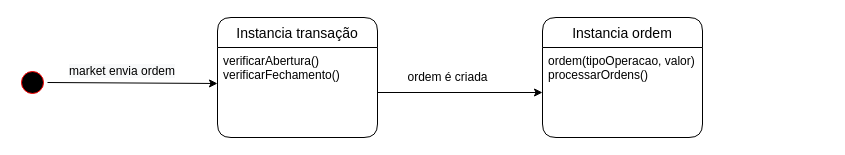
Before: DE/DEOrdem.drawio in brunoorlandin/StockFEI-DealBroker, a draw.io diagram. Source tidied: cells renumbered, new cells numbered last; positions are measured from the earlier drawing's top-left corner, leaving out a move shared by most shapes. Both pictures are drawn from the tidied source at 100%, with x=0, y=0 at pixel (17, 17).
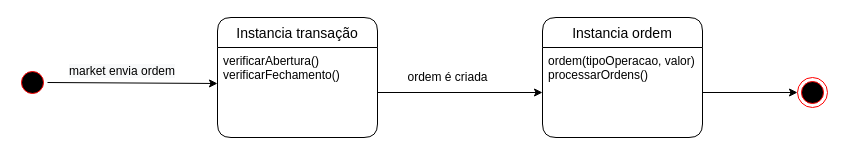
Above is the later version.

Commit message (it also covers changes not shown here):
ajuste DEOrdem

The edit, as a diff of the source:
```diff
@@
 <mxGraphModel>
   <root>
     <mxCell id="0" />
     <mxCell id="1" parent="0" />
     <mxCell id="2" style="ellipse;html=1;shape=startState;fillColor=#000000;strokeColor=#ff0000;" parent="1" vertex="1">
       <mxGeometry y="50" width="30" height="30" as="geometry" />
     </mxCell>
     <mxCell id="3" value="Instancia transação" style="swimlane;horizontal=1;startSize=30;rounded=1;fontSize=14;fontStyle=0;strokeWidth=1;shadow=0;dashed=0;align=center;fillColor=default;" parent="1" vertex="1">
       <mxGeometry x="200" width="160" height="120" as="geometry" />
     </mxCell>
     <mxCell id="4" value="verificarAbertura()&#10;verificarFechamento()" style="align=left;strokeColor=none;fillColor=none;spacingLeft=4;fontSize=12;verticalAlign=top;" parent="3" vertex="1">
       <mxGeometry y="30" width="160" height="90" as="geometry" />
     </mxCell>
     <mxCell id="5" value="Instancia ordem" style="swimlane;horizontal=1;startSize=30;rounded=1;fontSize=14;fontStyle=0;strokeWidth=1;shadow=0;dashed=0;align=center;fillColor=default;" parent="1" vertex="1">
       <mxGeometry x="525" width="160" height="120" as="geometry" />
     </mxCell>
     <mxCell id="6" value="ordem(tipoOperacao, valor)&#10;processarOrdens()" style="align=left;strokeColor=none;fillColor=none;spacingLeft=4;fontSize=12;verticalAlign=top;" parent="5" vertex="1">
       <mxGeometry y="30" width="160" height="90" as="geometry" />
     </mxCell>
     <mxCell id="7" style="edgeStyle=orthogonalEdgeStyle;rounded=0;jettySize=auto;html=1;entryX=0;entryY=0.5;entryDx=0;entryDy=0;exitX=1;exitY=0.5;exitDx=0;exitDy=0;" parent="1" edge="1" source="4" target="6">
       <mxGeometry relative="1" as="geometry" />
     </mxCell>
     <mxCell id="8" value="ordem é criada" style="text;html=1;align=center;verticalAlign=middle;strokeColor=none;fillColor=none;" parent="1" vertex="1">
       <mxGeometry x="380" y="50" width="100" height="20" as="geometry" />
     </mxCell>
     <mxCell id="9" style="endArrow=classic;html=1;rounded=0;exitX=1;exitY=0.5;exitDx=0;exitDy=0;entryX=0;entryY=0.4;entryDx=0;entryDy=0;entryPerimeter=0;" parent="1" edge="1" source="2" target="4">
       <mxGeometry relative="1" as="geometry" />
     </mxCell>
     <mxCell id="10" value="&lt;span style=&quot;color: rgb(0, 0, 0); font-family: Helvetica; font-size: 12px; font-style: normal; font-variant-ligatures: normal; font-variant-caps: normal; font-weight: 400; letter-spacing: normal; orphans: 2; text-align: center; text-indent: 0px; text-transform: none; widows: 2; word-spacing: 0px; -webkit-text-stroke-width: 0px; background-color: rgb(248, 249, 250); text-decoration-thickness: initial; text-decoration-style: initial; text-decoration-color: initial; float: none; display: inline !important;&quot;&gt;market envia ordem&lt;/span&gt;" style="text;whiteSpace=wrap;html=1;" parent="1" vertex="1">
       <mxGeometry x="50" y="40" width="130" height="30" as="geometry" />
     </mxCell>
+    <mxCell id="11" style="ellipse;html=1;shape=endState;fillColor=#000000;strokeColor=#ff0000;" parent="1" vertex="1">
+      <mxGeometry x="780" y="60" width="30" height="30" as="geometry" />
+    </mxCell>
+    <mxCell id="12" style="endArrow=classic;html=1;rounded=0;entryX=0;entryY=0.5;entryDx=0;entryDy=0;exitX=1;exitY=0.5;exitDx=0;exitDy=0;" parent="1" edge="1" source="6" target="11">
+      <mxGeometry relative="1" as="geometry" />
+    </mxCell>
   </root>
 </mxGraphModel>
```
